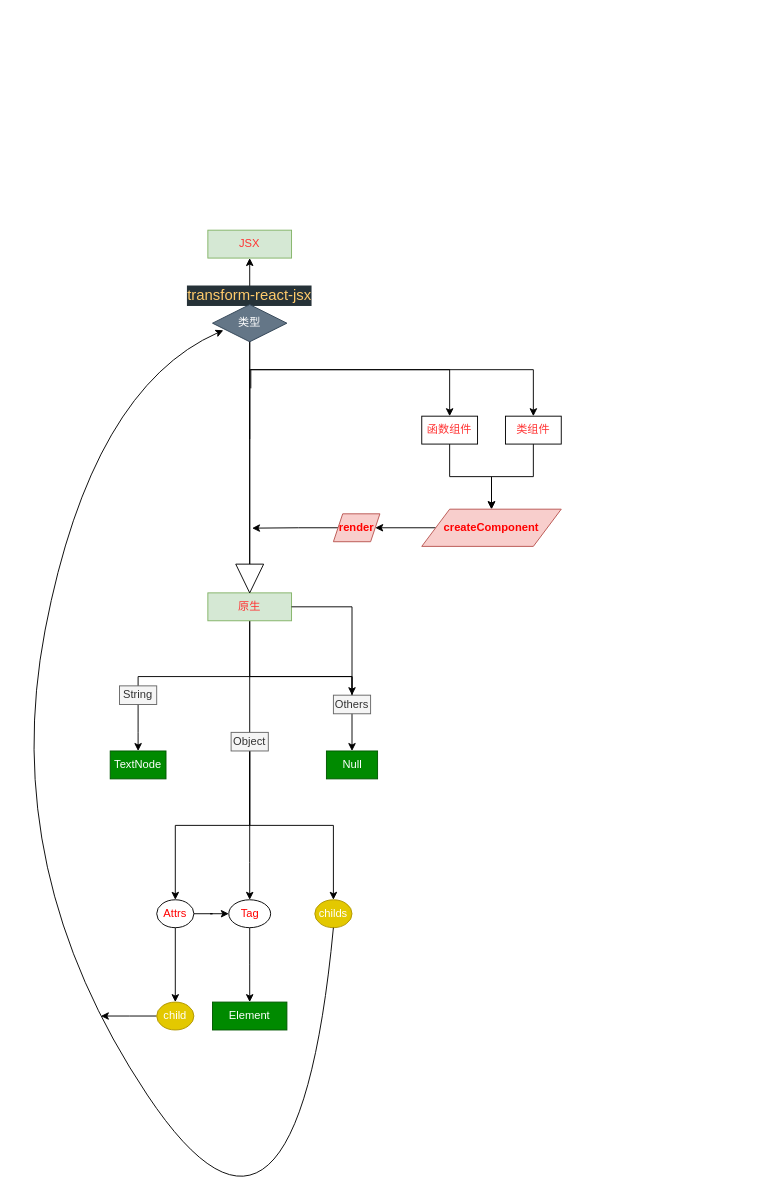
Earlier version of the draw.io diagram data.drawio (Fhasghrge/small-react). Source tidied: cells renumbered, new cells numbered last; positions are measured from the earlier drawing's top-left corner, leaving out a move shared by most shapes. Both pictures are drawn from the tidied source at 93%, with x=0, y=0 at pixel (-2, 230).
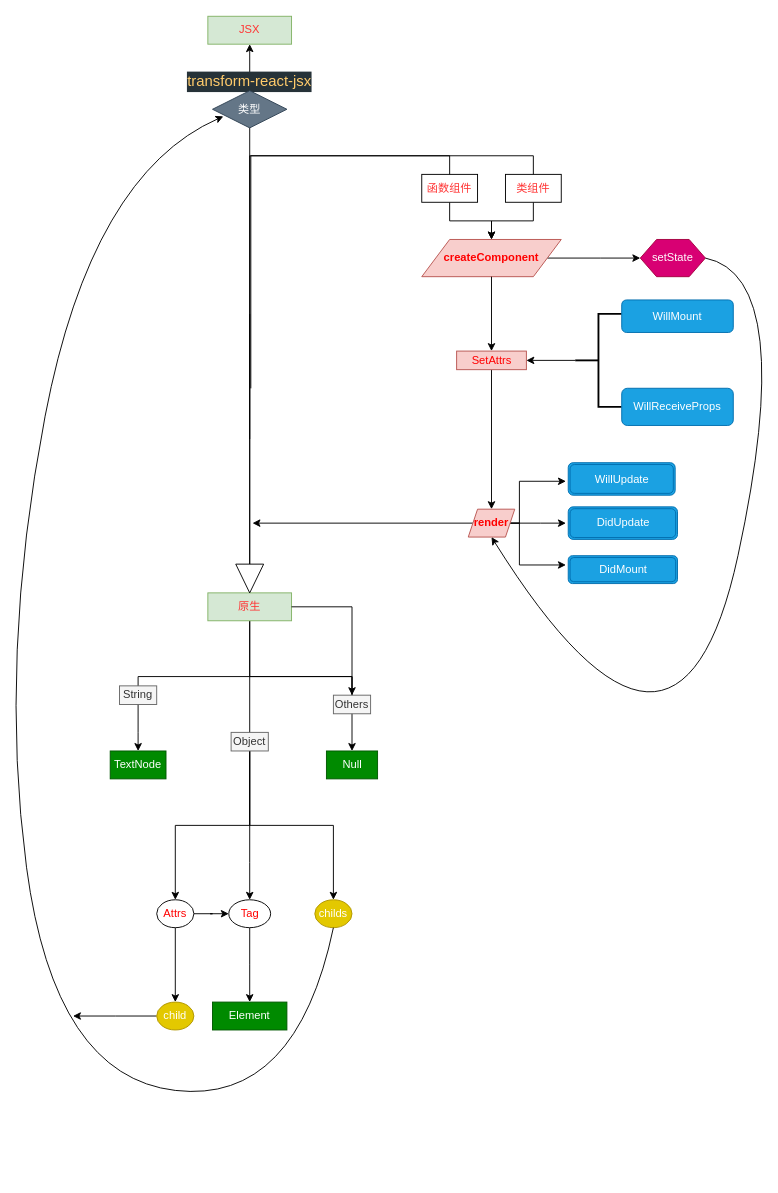
The same diagram, later.

Unchanged cells that the change refers to:
```xml
<mxCell id="10" style="html=1;shadow=0;dashed=0;align=center;verticalAlign=middle;shape=mxgraph.arrows2.arrow;dy=1;dx=30.9;direction=south;notch=0;fontColor=#FF3333;" parent="1" vertex="1">
  <mxGeometry x="255" y="90" width="30" height="300" as="geometry" />
</mxCell>
<mxCell id="34" value="child" style="ellipse;whiteSpace=wrap;html=1;fontColor=#ffffff;fillColor=#e3c800;strokeColor=#B09500;" parent="1" vertex="1">
  <mxGeometry x="170" y="830" width="40" height="30" as="geometry" />
</mxCell>
<mxCell id="35" value="childs" style="ellipse;whiteSpace=wrap;html=1;fontColor=#ffffff;fillColor=#e3c800;strokeColor=#B09500;" parent="1" vertex="1">
  <mxGeometry x="340" y="720" width="40" height="30" as="geometry" />
</mxCell>
```

Diff of the diagram source:
```diff
@@
     <mxCell id="2" value="JSX" style="rounded=0;whiteSpace=wrap;html=1;fillColor=#d5e8d4;strokeColor=#82b366;fontColor=#FF3333;" parent="1" vertex="1">
-      <mxGeometry x="225" width="90" height="30" as="geometry" />
+      <mxGeometry x="225" y="-230" width="90" height="30" as="geometry" />
     </mxCell>
@@
-    <mxCell id="8" style="edgeStyle=orthogonalEdgeStyle;rounded=0;jettySize=auto;html=1;exitX=0.267;exitY=0.46;exitDx=0;exitDy=0;exitPerimeter=0;fontColor=#FF3333;entryX=0.5;entryY=0;entryDx=0;entryDy=0;" parent="1" edge="1" source="10" target="13">
+    <mxCell id="8" style="edgeStyle=orthogonalEdgeStyle;rounded=0;jettySize=auto;html=1;exitX=0.267;exitY=0.46;exitDx=0;exitDy=0;exitPerimeter=0;fontColor=#FF3333;" parent="1" edge="1" source="10">
       <mxGeometry relative="1" as="geometry">
+        <mxPoint x="485" y="-50" as="targetPoint" />
         <Array as="points">
-          <mxPoint x="271" y="150" />
-          <mxPoint x="485" y="150" />
+          <mxPoint x="271" y="-80" />
+          <mxPoint x="485" y="-80" />
         </Array>
       </mxGeometry>
     </mxCell>
     <mxCell id="9" style="edgeStyle=orthogonalEdgeStyle;rounded=0;jettySize=auto;html=1;exitX=0;exitY=0;exitDx=134.55;exitDy=15;exitPerimeter=0;fontColor=#FF3333;" parent="1" edge="1" source="10">
       <mxGeometry relative="1" as="geometry">
-        <mxPoint x="575" y="200" as="targetPoint" />
+        <mxPoint x="575" y="-30" as="targetPoint" />
         <Array as="points">
-          <mxPoint x="270" y="150" />
-          <mxPoint x="575" y="150" />
+          <mxPoint x="270" y="-80" />
+          <mxPoint x="575" y="-80" />
         </Array>
       </mxGeometry>
     </mxCell>
@@
     <mxCell id="11" value="&lt;div style=&quot;color: rgb(238 , 255 , 255) ; background-color: rgb(38 , 50 , 56) ; font-size: 16px ; line-height: 22px&quot;&gt;&lt;span style=&quot;color: #ffcb6b&quot;&gt;transform-react-jsx&lt;/span&gt;&lt;/div&gt;" style="text;html=1;strokeColor=none;fillColor=none;align=center;verticalAlign=middle;whiteSpace=wrap;rounded=0;fontColor=#FF3333;" parent="1" vertex="1">
-      <mxGeometry x="190" y="60" width="160" height="20" as="geometry" />
+      <mxGeometry x="190" y="-170" width="160" height="20" as="geometry" />
     </mxCell>
     <mxCell id="12" style="edgeStyle=orthogonalEdgeStyle;rounded=0;jettySize=auto;html=1;fontColor=#FF3333;" parent="1" edge="1" source="13" target="17">
-      <mxGeometry relative="1" as="geometry" />
+      <mxGeometry relative="1" as="geometry">
+        <Array as="points">
+          <mxPoint x="485" y="-10" />
+          <mxPoint x="530" y="-10" />
+        </Array>
+      </mxGeometry>
     </mxCell>
     <mxCell id="13" value="函数组件" style="rounded=0;whiteSpace=wrap;html=1;fontColor=#FF3333;" parent="1" vertex="1">
-      <mxGeometry x="455" y="200" width="60" height="30" as="geometry" />
+      <mxGeometry x="455" y="-60" width="60" height="30" as="geometry" />
     </mxCell>
     <mxCell id="14" style="edgeStyle=orthogonalEdgeStyle;rounded=0;jettySize=auto;html=1;fontColor=#FF3333;" parent="1" edge="1" source="15" target="17">
-      <mxGeometry relative="1" as="geometry" />
+      <mxGeometry relative="1" as="geometry">
+        <Array as="points">
+          <mxPoint x="575" y="-10" />
+          <mxPoint x="530" y="-10" />
+        </Array>
+      </mxGeometry>
     </mxCell>
     <mxCell id="15" value="类组件" style="rounded=0;whiteSpace=wrap;html=1;fontColor=#FF3333;" parent="1" vertex="1">
-      <mxGeometry x="545" y="200" width="60" height="30" as="geometry" />
+      <mxGeometry x="545" y="-60" width="60" height="30" as="geometry" />
     </mxCell>
-    <mxCell id="16" style="edgeStyle=orthogonalEdgeStyle;rounded=0;jettySize=auto;html=1;fontColor=#FF0000;" parent="1" edge="1" source="17" target="19">
+    <mxCell id="16" style="edgeStyle=orthogonalEdgeStyle;rounded=0;jettySize=auto;html=1;fontColor=#FF0000;" parent="1" edge="1" source="43" target="19">
       <mxGeometry relative="1" as="geometry" />
     </mxCell>
+    <mxCell id="39" style="edgeStyle=orthogonalEdgeStyle;rounded=0;jettySize=auto;html=1;fontColor=#FF0000;" parent="1" edge="1" source="17">
+      <mxGeometry relative="1" as="geometry">
+        <mxPoint x="690" y="30" as="targetPoint" />
+      </mxGeometry>
+    </mxCell>
     <mxCell id="17" value="createComponent" style="shape=parallelogram;perimeter=parallelogramPerimeter;whiteSpace=wrap;html=1;fillColor=#f8cecc;strokeColor=#b85450;fontColor=#FF0000;fontStyle=1;" parent="1" vertex="1">
-      <mxGeometry x="455" y="300" width="150" height="40" as="geometry" />
+      <mxGeometry x="455" y="10" width="150" height="40" as="geometry" />
     </mxCell>
-    <mxCell id="18" style="edgeStyle=orthogonalEdgeStyle;rounded=0;jettySize=auto;html=1;entryX=0.768;entryY=0.415;entryDx=0;entryDy=0;entryPerimeter=0;fontColor=#FF0000;" parent="1" edge="1" source="19" target="10">
-      <mxGeometry relative="1" as="geometry" />
+    <mxCell id="18" style="edgeStyle=orthogonalEdgeStyle;rounded=0;jettySize=auto;html=1;fontColor=#FF0000;" parent="1" edge="1" source="19">
+      <mxGeometry relative="1" as="geometry">
+        <mxPoint x="273" y="315" as="targetPoint" />
+        <Array as="points">
+          <mxPoint x="273" y="315" />
+        </Array>
+      </mxGeometry>
     </mxCell>
+    <mxCell id="40" style="edgeStyle=orthogonalEdgeStyle;rounded=0;jettySize=auto;html=1;fontColor=#FF0000;" parent="1" edge="1" source="19">
+      <mxGeometry relative="1" as="geometry">
+        <mxPoint x="610" y="315" as="targetPoint" />
+      </mxGeometry>
+    </mxCell>
+    <mxCell id="41" style="edgeStyle=orthogonalEdgeStyle;rounded=0;jettySize=auto;html=1;fontColor=#FF0000;" parent="1" edge="1" source="19">
+      <mxGeometry relative="1" as="geometry">
+        <mxPoint x="610" y="270" as="targetPoint" />
+        <Array as="points">
+          <mxPoint x="560" y="315" />
+          <mxPoint x="560" y="270" />
+        </Array>
+      </mxGeometry>
+    </mxCell>
+    <mxCell id="42" style="edgeStyle=orthogonalEdgeStyle;rounded=0;jettySize=auto;html=1;fontColor=#FF0000;" parent="1" edge="1" source="19">
+      <mxGeometry relative="1" as="geometry">
+        <mxPoint x="610" y="360" as="targetPoint" />
+        <Array as="points">
+          <mxPoint x="560" y="315" />
+          <mxPoint x="560" y="360" />
+        </Array>
+      </mxGeometry>
+    </mxCell>
     <mxCell id="19" value="render" style="shape=parallelogram;perimeter=parallelogramPerimeter;whiteSpace=wrap;html=1;fillColor=#f8cecc;strokeColor=#b85450;fontColor=#FF0000;fontStyle=1;" parent="1" vertex="1">
-      <mxGeometry x="360" y="305" width="50" height="30" as="geometry" />
+      <mxGeometry x="505" y="300" width="50" height="30" as="geometry" />
     </mxCell>
@@
     <mxCell id="33" style="edgeStyle=orthogonalEdgeStyle;rounded=0;jettySize=auto;html=1;fontColor=#FF0000;" parent="1" edge="1" source="34">
       <mxGeometry relative="1" as="geometry">
-        <mxPoint x="110" y="845" as="targetPoint" />
+        <mxPoint x="80" y="845" as="targetPoint" />
       </mxGeometry>
     </mxCell>
@@
     <mxCell id="37" style="curved=1;endArrow=classic;html=1;fontColor=#FF0000;exitX=0.5;exitY=1;exitDx=0;exitDy=0;entryX=0.146;entryY=0.691;entryDx=0;entryDy=0;entryPerimeter=0;" parent="1" edge="1" source="35" target="38">
       <mxGeometry relative="1" as="geometry">
         <Array as="points">
-          <mxPoint x="320" y="1170" />
-          <mxPoint y="690" />
-          <mxPoint x="100" y="170" />
+          <mxPoint x="320" y="940" />
+          <mxPoint x="60" y="910" />
+          <mxPoint y="460" />
+          <mxPoint x="100" y="-60" />
         </Array>
       </mxGeometry>
     </mxCell>
     <mxCell id="38" value="类型" style="rhombus;whiteSpace=wrap;html=1;fontColor=#ffffff;fillColor=#647687;strokeColor=#314354;" parent="1" vertex="1">
-      <mxGeometry x="230" y="80" width="80" height="40" as="geometry" />
+      <mxGeometry x="230" y="-150" width="80" height="40" as="geometry" />
     </mxCell>
+    <mxCell id="43" value="SetAttrs" style="rounded=0;whiteSpace=wrap;html=1;fillColor=#f8cecc;strokeColor=#b85450;fontColor=#FF0000;" parent="1" vertex="1">
+      <mxGeometry x="492.5" y="130" width="75" height="20" as="geometry" />
+    </mxCell>
+    <mxCell id="44" style="edgeStyle=orthogonalEdgeStyle;rounded=0;jettySize=auto;html=1;fontColor=#FF0000;" parent="1" edge="1" source="17" target="43">
+      <mxGeometry relative="1" as="geometry" />
+    </mxCell>
+    <mxCell id="45" style="edgeStyle=orthogonalEdgeStyle;rounded=0;jettySize=auto;html=1;entryX=1;entryY=0.5;entryDx=0;entryDy=0;fontColor=#FF0000;" parent="1" edge="1" source="46" target="43">
+      <mxGeometry relative="1" as="geometry" />
+    </mxCell>
+    <mxCell id="46" style="strokeWidth=2;html=1;shape=mxgraph.flowchart.annotation_2;align=left;labelPosition=right;fontColor=#FF0000;" parent="1" vertex="1">
+      <mxGeometry x="620" y="90" width="50" height="100" as="geometry" />
+    </mxCell>
+    <mxCell id="47" value="WillMount" style="rounded=1;whiteSpace=wrap;html=1;fontColor=#ffffff;fillColor=#1ba1e2;strokeColor=#006EAF;" parent="1" vertex="1">
+      <mxGeometry x="670" y="75" width="120" height="35" as="geometry" />
+    </mxCell>
+    <mxCell id="48" value="WillReceiveProps" style="rounded=1;whiteSpace=wrap;html=1;fontColor=#ffffff;fillColor=#1ba1e2;strokeColor=#006EAF;" parent="1" vertex="1">
+      <mxGeometry x="670" y="170" width="120" height="40" as="geometry" />
+    </mxCell>
+    <mxCell id="49" value="WillUpdate" style="shape=ext;double=1;rounded=1;whiteSpace=wrap;html=1;fontColor=#ffffff;fillColor=#1ba1e2;strokeColor=#006EAF;" parent="1" vertex="1">
+      <mxGeometry x="612.5" y="250" width="115" height="35" as="geometry" />
+    </mxCell>
+    <mxCell id="50" value="DidUpdate" style="shape=ext;double=1;rounded=1;whiteSpace=wrap;html=1;fontColor=#ffffff;fillColor=#1ba1e2;strokeColor=#006EAF;" parent="1" vertex="1">
+      <mxGeometry x="612.5" y="297.5" width="117.5" height="35" as="geometry" />
+    </mxCell>
+    <mxCell id="51" value="DidMount" style="shape=ext;double=1;rounded=1;whiteSpace=wrap;html=1;fontColor=#ffffff;fillColor=#1ba1e2;strokeColor=#006EAF;" parent="1" vertex="1">
+      <mxGeometry x="612.5" y="350" width="117.5" height="30" as="geometry" />
+    </mxCell>
+    <mxCell id="52" value="setState" style="shape=hexagon;perimeter=hexagonPerimeter2;whiteSpace=wrap;html=1;fontColor=#ffffff;fillColor=#d80073;strokeColor=#A50040;" parent="1" vertex="1">
+      <mxGeometry x="690" y="10" width="70" height="40" as="geometry" />
+    </mxCell>
+    <mxCell id="53" style="curved=1;endArrow=classic;html=1;fontColor=#FF0000;entryX=0.5;entryY=1;entryDx=0;entryDy=0;" parent="1" edge="1" target="19">
+      <mxGeometry relative="1" as="geometry">
+        <mxPoint x="760" y="30" as="sourcePoint" />
+        <Array as="points">
+          <mxPoint x="860" y="50" />
+          <mxPoint x="730" y="650" />
+        </Array>
+      </mxGeometry>
+    </mxCell>
```
